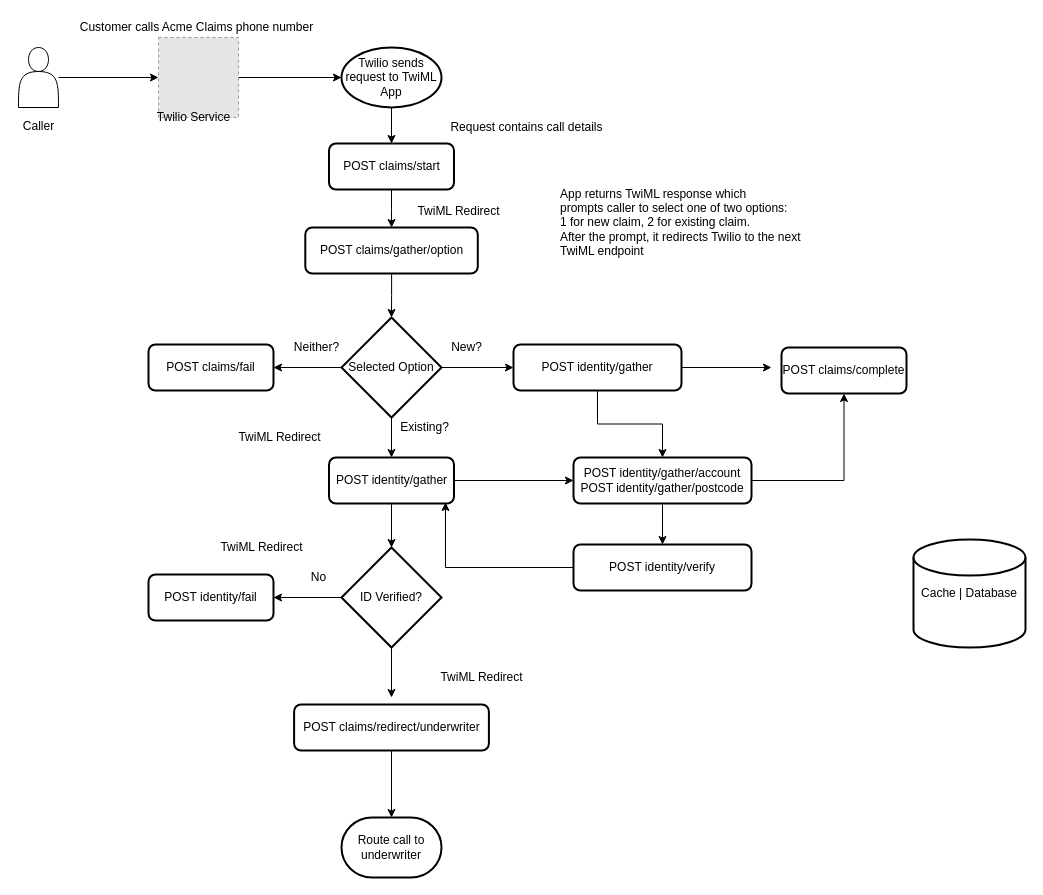
The draw.io diagram ClaimsFulfilment.drawio in alsitebro/AcmeClaims, before the edit. Source tidied: cells renumbered, new cells numbered last; positions are measured from the earlier drawing's top-left corner, leaving out a move shared by most shapes. Both pictures are drawn from the tidied source at 100%, with x=0, y=0 at pixel (17, 17). Pictures stored in the file or linked from it are replaced by grey dashed boxes.
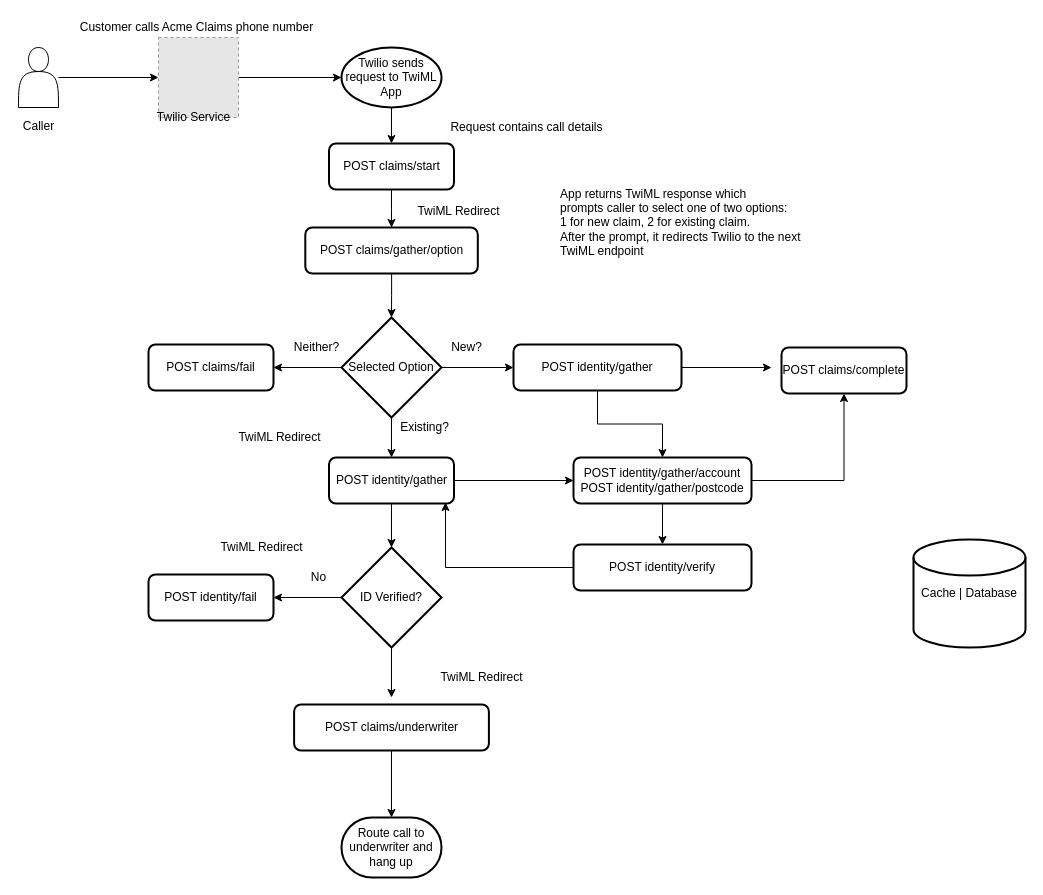
The same page after the edit.

What changed in the source:
```diff
@@
-    <mxCell id="8" value="Route call to underwriter" style="strokeWidth=2;html=1;shape=mxgraph.flowchart.terminator;whiteSpace=wrap;" parent="1" vertex="1">
+    <mxCell id="8" value="Route call to underwriter and hang up" style="strokeWidth=2;html=1;shape=mxgraph.flowchart.terminator;whiteSpace=wrap;" parent="1" vertex="1">
       <mxGeometry x="324" y="800" width="100" height="60" as="geometry" />
     </mxCell>
@@
-    <mxCell id="41" value="POST claims/redirect/underwriter" style="rounded=1;whiteSpace=wrap;html=1;absoluteArcSize=1;arcSize=14;strokeWidth=2;" parent="1" vertex="1">
+    <mxCell id="41" value="POST claims/underwriter" style="rounded=1;whiteSpace=wrap;html=1;absoluteArcSize=1;arcSize=14;strokeWidth=2;" parent="1" vertex="1">
       <mxGeometry x="276.6" y="687" width="194.8" height="46" as="geometry" />
     </mxCell>
```
